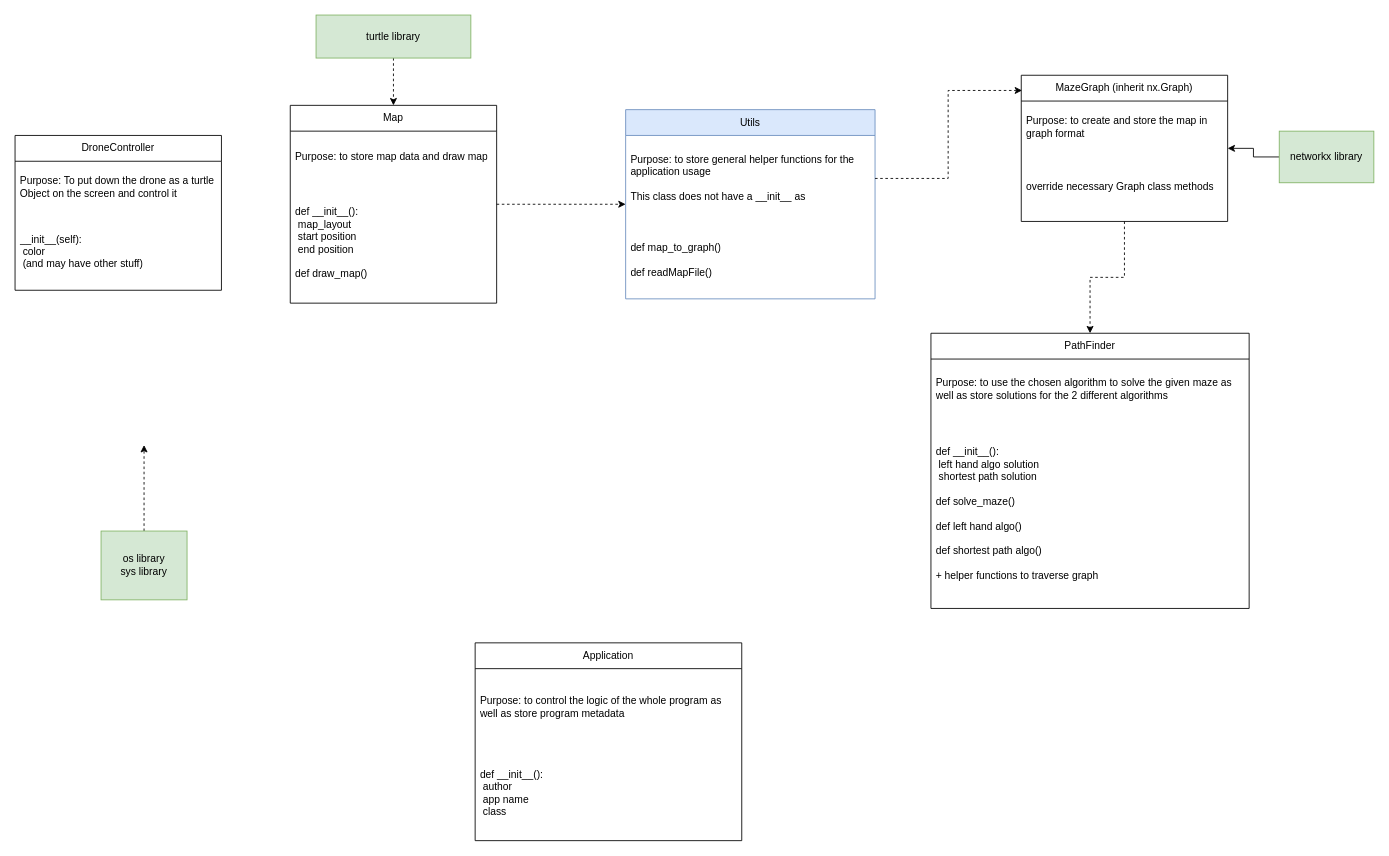
Before: page "Class Design" (1 of 3) of diagrams/program_diagrams.drawio in junnjiee16/ST1507-DSAA-Maze-Solver, a draw.io diagram. Source tidied: cells renumbered, new cells numbered last; positions are measured from the earlier drawing's top-left corner, leaving out a move shared by most shapes. Both pictures are drawn from the tidied source at 86%, with x=0, y=0 at pixel (15, 15).
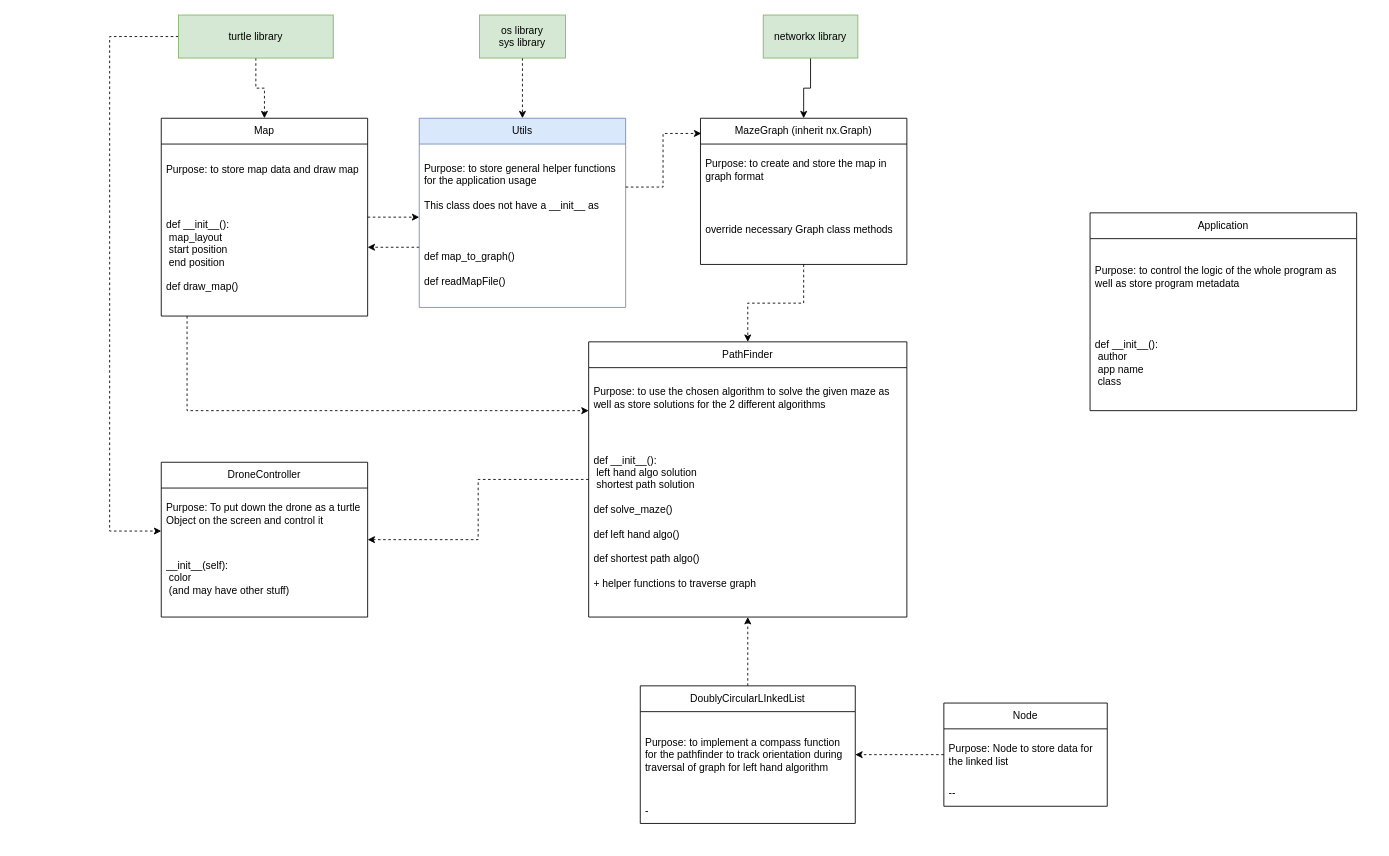
Above is the later version.

Change to the diagram source:
```diff
@@
+    <mxCell id="29" style="edgeStyle=orthogonalEdgeStyle;rounded=0;jettySize=auto;html=1;dashed=1;" parent="1" edge="1" source="3" target="4">
+      <mxGeometry relative="1" as="geometry">
+        <Array as="points">
+          <mxPoint x="110" y="600" />
+        </Array>
+      </mxGeometry>
+    </mxCell>
     <mxCell id="3" value="turtle library" style="rounded=0;whiteSpace=wrap;html=1;fillColor=#d5e8d4;strokeColor=#82b366;" parent="1" vertex="1">
-      <mxGeometry x="350" width="180" height="50" as="geometry" />
+      <mxGeometry x="190" width="180" height="50" as="geometry" />
     </mxCell>
     <mxCell id="4" value="DroneController" style="swimlane;fontStyle=0;horizontal=1;startSize=30;whiteSpace=wrap;html=1;" parent="1" vertex="1">
-      <mxGeometry y="140" width="240" height="180" as="geometry" />
+      <mxGeometry x="170" y="520" width="240" height="180" as="geometry" />
     </mxCell>
@@
     <mxCell id="7" style="edgeStyle=orthogonalEdgeStyle;rounded=0;jettySize=auto;html=1;dashed=1;" parent="1" edge="1" source="8" target="25">
-      <mxGeometry relative="1" as="geometry" />
+      <mxGeometry relative="1" as="geometry">
+        <Array as="points">
+          <mxPoint x="410" y="200" />
+          <mxPoint x="410" y="200" />
+        </Array>
+      </mxGeometry>
     </mxCell>
+    <mxCell id="30" style="edgeStyle=orthogonalEdgeStyle;rounded=0;jettySize=auto;html=1;dashed=1;" parent="1" edge="1" source="8" target="11">
+      <mxGeometry relative="1" as="geometry">
+        <Array as="points">
+          <mxPoint x="200" y="460" />
+        </Array>
+      </mxGeometry>
+    </mxCell>
     <mxCell id="8" value="Map" style="swimlane;fontStyle=0;horizontal=1;startSize=30;whiteSpace=wrap;html=1;" parent="1" vertex="1">
-      <mxGeometry x="320" y="105" width="240" height="230" as="geometry" />
+      <mxGeometry x="170" y="120" width="240" height="230" as="geometry" />
     </mxCell>
@@
+    <mxCell id="31" style="edgeStyle=orthogonalEdgeStyle;rounded=0;jettySize=auto;html=1;dashed=1;" parent="1" edge="1" source="11" target="4">
+      <mxGeometry relative="1" as="geometry" />
+    </mxCell>
     <mxCell id="11" value="PathFinder" style="swimlane;fontStyle=0;horizontal=1;startSize=30;whiteSpace=wrap;html=1;" parent="1" vertex="1">
-      <mxGeometry x="1065" y="370" width="370" height="320" as="geometry" />
+      <mxGeometry x="667" y="380" width="370" height="320" as="geometry" />
     </mxCell>
@@
     <mxCell id="14" value="Application" style="swimlane;fontStyle=0;horizontal=1;startSize=30;whiteSpace=wrap;html=1;" parent="1" vertex="1">
-      <mxGeometry x="535" y="730" width="310" height="230" as="geometry" />
+      <mxGeometry x="1250" y="230" width="310" height="230" as="geometry" />
     </mxCell>
@@
-    <mxCell id="17" style="edgeStyle=orthogonalEdgeStyle;rounded=0;jettySize=auto;html=1;dashed=1;" parent="1" edge="1" source="18">
-      <mxGeometry relative="1" as="geometry">
-        <mxPoint x="150" y="500" as="targetPoint" />
-        <Array as="points">
-          <mxPoint x="150" y="550" />
-          <mxPoint x="150" y="550" />
-        </Array>
-      </mxGeometry>
-    </mxCell>
+    <mxCell id="32" style="edgeStyle=orthogonalEdgeStyle;rounded=0;jettySize=auto;html=1;dashed=1;" parent="1" edge="1" source="18" target="25">
+      <mxGeometry relative="1" as="geometry" />
+    </mxCell>
     <mxCell id="18" value="os library&lt;br&gt;sys library" style="rounded=0;whiteSpace=wrap;html=1;fillColor=#d5e8d4;strokeColor=#82b366;" parent="1" vertex="1">
-      <mxGeometry x="100" y="600" width="100" height="80" as="geometry" />
+      <mxGeometry x="540" width="100" height="50" as="geometry" />
     </mxCell>
@@
     <mxCell id="20" value="MazeGraph (inherit nx.Graph)" style="swimlane;fontStyle=0;horizontal=1;startSize=30;whiteSpace=wrap;html=1;" parent="1" vertex="1">
-      <mxGeometry x="1170" y="70" width="240" height="170" as="geometry" />
+      <mxGeometry x="797" y="120" width="240" height="170" as="geometry" />
     </mxCell>
@@
     <mxCell id="24" value="networkx library" style="rounded=0;whiteSpace=wrap;html=1;fillColor=#d5e8d4;strokeColor=#82b366;" parent="1" vertex="1">
-      <mxGeometry x="1470" y="135" width="110" height="60" as="geometry" />
+      <mxGeometry x="870" width="110" height="50" as="geometry" />
     </mxCell>
+    <mxCell id="33" style="edgeStyle=orthogonalEdgeStyle;rounded=0;jettySize=auto;html=1;dashed=1;" parent="1" edge="1" source="25" target="8">
+      <mxGeometry relative="1" as="geometry">
+        <Array as="points">
+          <mxPoint x="420" y="270" />
+          <mxPoint x="420" y="270" />
+        </Array>
+      </mxGeometry>
+    </mxCell>
     <mxCell id="25" value="Utils" style="swimlane;fontStyle=0;horizontal=1;startSize=30;whiteSpace=wrap;html=1;fillColor=#dae8fc;strokeColor=#6c8ebf;" parent="1" vertex="1">
-      <mxGeometry x="710" y="110" width="290" height="220" as="geometry" />
+      <mxGeometry x="470" y="120" width="240" height="220" as="geometry" />
     </mxCell>
     <mxCell id="26" value="Purpose: to store general helper functions for the application usage&lt;br&gt;&lt;br&gt;This class does not have a __init__ as&amp;nbsp;" style="text;strokeColor=none;fillColor=none;align=left;verticalAlign=middle;spacingLeft=4;spacingRight=4;overflow=hidden;points=[[0,0.5],[1,0.5]];portConstraint=eastwest;whiteSpace=wrap;html=1;" parent="25" vertex="1">
-      <mxGeometry y="30" width="290" height="100" as="geometry" />
+      <mxGeometry y="30" width="240" height="100" as="geometry" />
     </mxCell>
     <mxCell id="27" value="def map_to_graph()&lt;br&gt;&lt;br&gt;def readMapFile()" style="text;strokeColor=none;fillColor=none;align=left;verticalAlign=middle;spacingLeft=4;spacingRight=4;overflow=hidden;whiteSpace=wrap;html=1;" parent="25" vertex="1">
-      <mxGeometry y="130" width="290" height="90" as="geometry" />
+      <mxGeometry y="130" width="240" height="90" as="geometry" />
     </mxCell>
@@
+    <mxCell id="34" style="edgeStyle=orthogonalEdgeStyle;rounded=0;jettySize=auto;html=1;dashed=1;" parent="1" edge="1" source="35" target="11">
+      <mxGeometry relative="1" as="geometry" />
+    </mxCell>
+    <mxCell id="35" value="DoublyCircularLInkedList" style="swimlane;fontStyle=0;horizontal=1;startSize=30;whiteSpace=wrap;html=1;" parent="1" vertex="1">
+      <mxGeometry x="727" y="780" width="250" height="160" as="geometry" />
+    </mxCell>
+    <mxCell id="36" value="Purpose: to implement a compass function for the pathfinder to track orientation during traversal of graph for left hand algorithm" style="text;strokeColor=none;fillColor=none;align=left;verticalAlign=middle;spacingLeft=4;spacingRight=4;overflow=hidden;whiteSpace=wrap;html=1;" parent="35" vertex="1">
+      <mxGeometry y="30" width="250" height="100" as="geometry" />
+    </mxCell>
+    <mxCell id="37" value="-" style="text;strokeColor=none;fillColor=none;align=left;verticalAlign=middle;spacingLeft=4;spacingRight=4;overflow=hidden;whiteSpace=wrap;html=1;" parent="35" vertex="1">
+      <mxGeometry y="130" width="250" height="30" as="geometry" />
+    </mxCell>
+    <mxCell id="38" style="edgeStyle=orthogonalEdgeStyle;rounded=0;jettySize=auto;html=1;dashed=1;" parent="1" edge="1" source="39" target="35">
+      <mxGeometry relative="1" as="geometry" />
+    </mxCell>
+    <mxCell id="39" value="Node" style="swimlane;fontStyle=0;horizontal=1;startSize=30;whiteSpace=wrap;html=1;" parent="1" vertex="1">
+      <mxGeometry x="1080" y="800" width="190" height="120" as="geometry" />
+    </mxCell>
+    <mxCell id="40" value="Purpose: Node to store data for the linked list" style="text;strokeColor=none;fillColor=none;align=left;verticalAlign=middle;spacingLeft=4;spacingRight=4;overflow=hidden;whiteSpace=wrap;html=1;" parent="39" vertex="1">
+      <mxGeometry y="30" width="190" height="60" as="geometry" />
+    </mxCell>
+    <mxCell id="41" value="--" style="text;strokeColor=none;fillColor=none;align=left;verticalAlign=middle;spacingLeft=4;spacingRight=4;overflow=hidden;whiteSpace=wrap;html=1;" parent="39" vertex="1">
+      <mxGeometry y="90" width="190" height="30" as="geometry" />
+    </mxCell>
```
